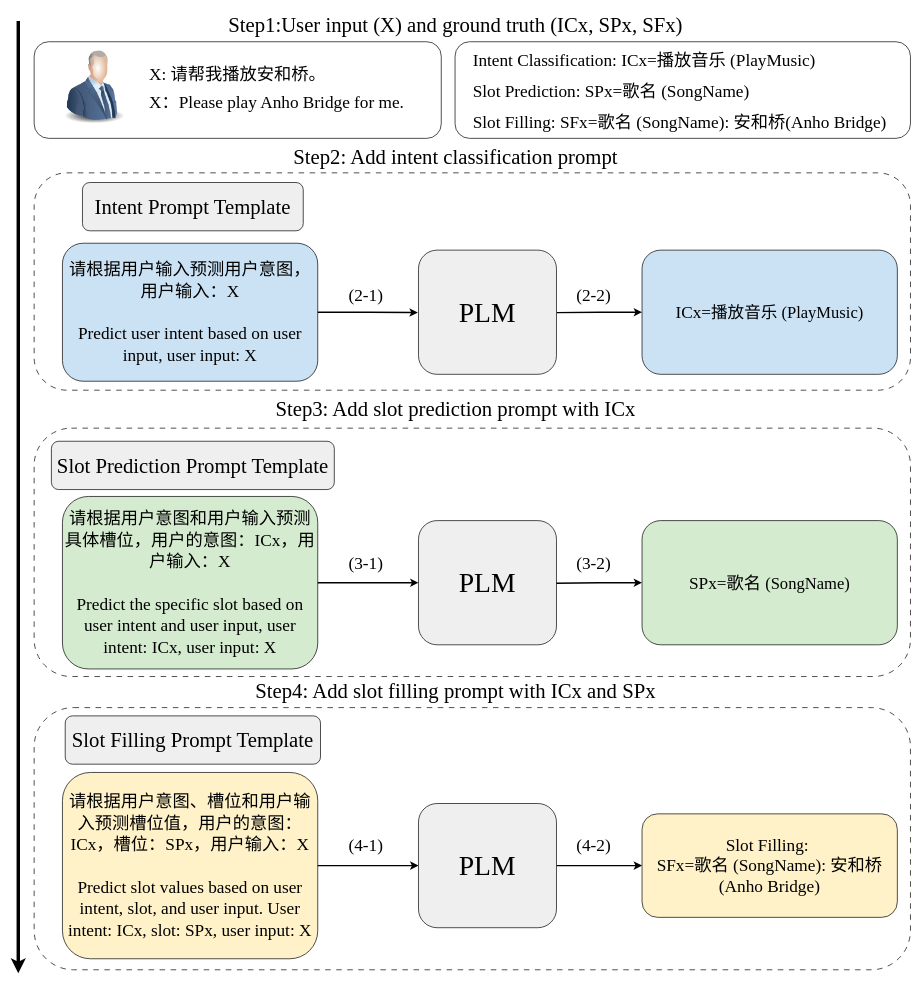
Before: chinese_NLU/CpromptNLU.drawio in lengyueit/paper_pic, a draw.io diagram. Source tidied: cells renumbered, new cells numbered last; positions are measured from the earlier drawing's top-left corner, leaving out a move shared by most shapes. Both pictures are drawn from the tidied source at 69%, with x=0, y=0 at pixel (18, 14).
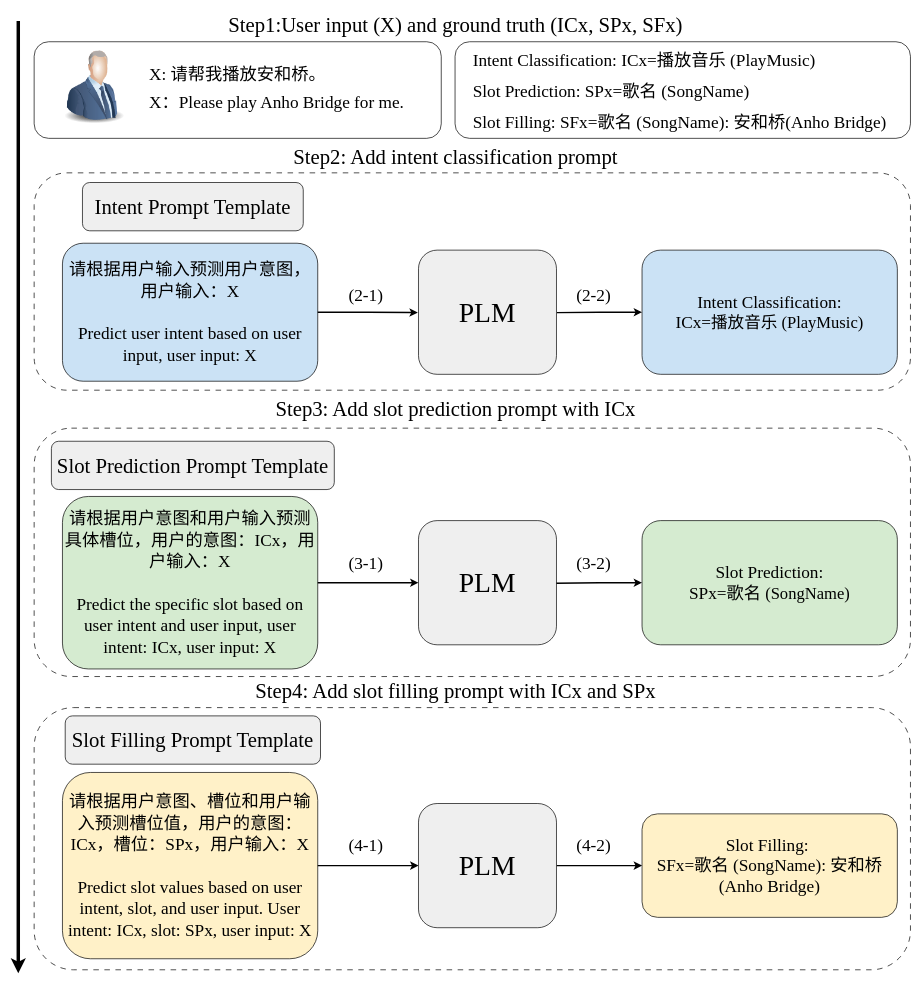
Above is the later version.

Diff of the diagram source:
```diff
@@
-    <mxCell id="10" value="&lt;font face=&quot;Times New Roman&quot;&gt;&lt;span style=&quot;font-size: 25px; text-align: left;&quot;&gt;ICx=&lt;/span&gt;&lt;span style=&quot;font-size: 24px; text-align: left;&quot;&gt;播放音乐 (PlayMusic)&lt;/span&gt;&lt;/font&gt;" style="rounded=1;whiteSpace=wrap;html=1;fillColor=light-dark(#cbe2f5, #ededed);" parent="1" vertex="1">
+    <mxCell id="10" value="&lt;span style=&quot;font-family: &amp;quot;Times New Roman&amp;quot;; font-size: 25px;&quot;&gt;Intent Classification:&lt;/span&gt;&lt;div&gt;&lt;font face=&quot;Times New Roman&quot;&gt;&lt;span style=&quot;font-size: 25px; text-align: left;&quot;&gt;ICx=&lt;/span&gt;&lt;span style=&quot;font-size: 24px; text-align: left;&quot;&gt;播放音乐 (PlayMusic)&lt;/span&gt;&lt;/font&gt;&lt;/div&gt;" style="rounded=1;whiteSpace=wrap;html=1;fillColor=light-dark(#cbe2f5, #ededed);" parent="1" vertex="1">
       <mxGeometry x="904" y="342" width="370" height="180" as="geometry" />
     </mxCell>
@@
-    <mxCell id="15" value="&lt;font face=&quot;Times New Roman&quot;&gt;&lt;span style=&quot;font-size: 25px; text-align: left;&quot;&gt;SPx=歌名&lt;/span&gt;&lt;span style=&quot;font-size: 24px; text-align: left;&quot;&gt;&amp;nbsp;(SongName)&lt;/span&gt;&lt;/font&gt;" style="rounded=1;whiteSpace=wrap;html=1;fillColor=light-dark(#d5ebd0, #ededed);" parent="1" vertex="1">
+    <mxCell id="15" value="&lt;span style=&quot;font-family: &amp;quot;Times New Roman&amp;quot;; font-size: 25px;&quot;&gt;Slot Prediction:&lt;/span&gt;&lt;div&gt;&lt;font face=&quot;Times New Roman&quot;&gt;&lt;span style=&quot;font-size: 25px; text-align: left;&quot;&gt;SPx=歌名&lt;/span&gt;&lt;span style=&quot;font-size: 24px; text-align: left;&quot;&gt;&amp;nbsp;(SongName)&lt;/span&gt;&lt;/font&gt;&lt;/div&gt;" style="rounded=1;whiteSpace=wrap;html=1;fillColor=light-dark(#d5ebd0, #ededed);" parent="1" vertex="1">
       <mxGeometry x="904" y="734" width="370" height="180" as="geometry" />
     </mxCell>
```
